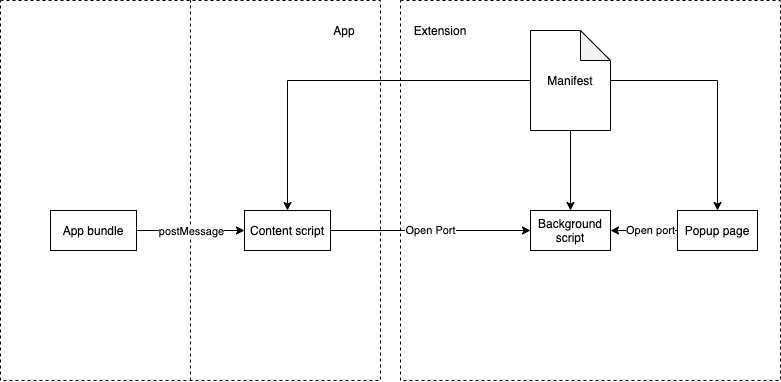
Before: docs/extension-communication.png, a diagram exported from draw.io (dxos/dxos). Source tidied: cells renumbered, new cells last; positions are measured from the earlier drawing's top-left corner, leaving out a move shared by most shapes. The source it was exported from:
```xml
<mxGraphModel>
  <root>
    <mxCell id="0" />
    <mxCell id="1" parent="0" />
    <mxCell id="2" style="rounded=0;whiteSpace=wrap;html=1;fillColor=none;dashed=1;" parent="1" vertex="1">
      <mxGeometry width="380" height="380" as="geometry" />
    </mxCell>
    <mxCell id="3" value="App" style="text;html=1;strokeColor=none;fillColor=none;align=center;verticalAlign=middle;whiteSpace=wrap;rounded=0;dashed=1;" parent="1" vertex="1">
      <mxGeometry x="324" y="20" width="40" height="20" as="geometry" />
    </mxCell>
    <mxCell id="4" style="rounded=0;whiteSpace=wrap;html=1;fillColor=none;dashed=1;" parent="1" vertex="1">
      <mxGeometry x="400" width="380" height="380" as="geometry" />
    </mxCell>
    <mxCell id="5" value="Extension" style="text;html=1;strokeColor=none;fillColor=none;align=center;verticalAlign=middle;whiteSpace=wrap;rounded=0;dashed=1;" parent="1" vertex="1">
      <mxGeometry x="420" y="20" width="40" height="20" as="geometry" />
    </mxCell>
    <mxCell id="6" style="edgeStyle=orthogonalEdgeStyle;rounded=0;jettySize=auto;html=1;" parent="1" edge="1" source="9" target="10">
      <mxGeometry relative="1" as="geometry" />
    </mxCell>
    <mxCell id="7" style="edgeStyle=orthogonalEdgeStyle;rounded=0;jettySize=auto;html=1;" parent="1" edge="1" source="9" target="12">
      <mxGeometry relative="1" as="geometry" />
    </mxCell>
    <mxCell id="8" style="edgeStyle=orthogonalEdgeStyle;rounded=0;jettySize=auto;html=1;" parent="1" edge="1" source="9" target="18">
      <mxGeometry relative="1" as="geometry" />
    </mxCell>
    <mxCell id="9" value="Manifest" style="shape=note;whiteSpace=wrap;html=1;backgroundOutline=1;darkOpacity=0.05;" parent="1" vertex="1">
      <mxGeometry x="530" y="30" width="80" height="100" as="geometry" />
    </mxCell>
    <mxCell id="10" value="Background script" style="whiteSpace=wrap;html=1;" parent="1" vertex="1">
      <mxGeometry x="530" y="210" width="80" height="40" as="geometry" />
    </mxCell>
    <mxCell id="11" value="Open Port" style="edgeStyle=orthogonalEdgeStyle;rounded=0;jettySize=auto;html=1;exitX=1;exitY=0.5;exitDx=0;exitDy=0;" parent="1" edge="1" source="12" target="10">
      <mxGeometry relative="1" as="geometry" />
    </mxCell>
    <mxCell id="12" value="Content script" style="whiteSpace=wrap;html=1;" parent="1" vertex="1">
      <mxGeometry x="244" y="210" width="86" height="40" as="geometry" />
    </mxCell>
    <mxCell id="13" style="endArrow=none;dashed=1;html=1;entryX=0.5;entryY=0;entryDx=0;entryDy=0;exitX=0.5;exitY=1;exitDx=0;exitDy=0;" parent="1" edge="1" source="2" target="2">
      <mxGeometry relative="1" as="geometry" />
    </mxCell>
    <mxCell id="14" style="edgeStyle=orthogonalEdgeStyle;rounded=0;jettySize=auto;html=1;exitX=1;exitY=0.5;exitDx=0;exitDy=0;entryX=0;entryY=0.5;entryDx=0;entryDy=0;" parent="1" edge="1" source="16" target="12">
      <mxGeometry relative="1" as="geometry" />
    </mxCell>
    <mxCell id="15" value="postMessage" style="edgeLabel;html=1;align=center;verticalAlign=middle;" parent="14" vertex="1">
      <mxGeometry x="-0.19" y="-2" relative="1" as="geometry">
        <mxPoint x="10" y="-2" as="offset" />
      </mxGeometry>
    </mxCell>
    <mxCell id="16" value="App bundle" style="whiteSpace=wrap;html=1;" parent="1" vertex="1">
      <mxGeometry x="50" y="210" width="86" height="40" as="geometry" />
    </mxCell>
    <mxCell id="17" value="Open port" style="edgeStyle=orthogonalEdgeStyle;rounded=0;jettySize=auto;html=1;exitX=0;exitY=0.5;exitDx=0;exitDy=0;entryX=1;entryY=0.5;entryDx=0;entryDy=0;" parent="1" edge="1" source="18" target="10">
      <mxGeometry x="-0.19" relative="1" as="geometry" />
    </mxCell>
    <mxCell id="18" value="Popup page" style="whiteSpace=wrap;html=1;" parent="1" vertex="1">
      <mxGeometry x="677" y="210" width="80" height="40" as="geometry" />
    </mxCell>
  </root>
</mxGraphModel>
```
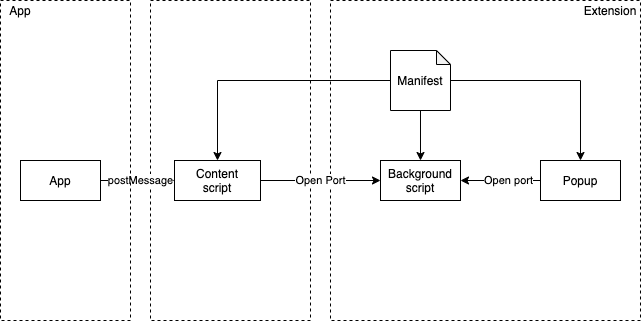
After the commit.

Change to the diagram source:
```diff
@@ -3,16 +3,16 @@
     <mxCell id="0" />
     <mxCell id="1" parent="0" />
     <mxCell id="2" style="rounded=0;whiteSpace=wrap;html=1;fillColor=none;dashed=1;" parent="1" vertex="1">
-      <mxGeometry width="380" height="380" as="geometry" />
+      <mxGeometry x="160" y="-110" width="160" height="320" as="geometry" />
     </mxCell>
     <mxCell id="3" value="App" style="text;html=1;strokeColor=none;fillColor=none;align=center;verticalAlign=middle;whiteSpace=wrap;rounded=0;dashed=1;" parent="1" vertex="1">
-      <mxGeometry x="324" y="20" width="40" height="20" as="geometry" />
+      <mxGeometry x="10" y="-110" width="40" height="20" as="geometry" />
     </mxCell>
     <mxCell id="4" style="rounded=0;whiteSpace=wrap;html=1;fillColor=none;dashed=1;" parent="1" vertex="1">
-      <mxGeometry x="400" width="380" height="380" as="geometry" />
+      <mxGeometry x="340" y="-110" width="310" height="320" as="geometry" />
     </mxCell>
     <mxCell id="5" value="Extension" style="text;html=1;strokeColor=none;fillColor=none;align=center;verticalAlign=middle;whiteSpace=wrap;rounded=0;dashed=1;" parent="1" vertex="1">
-      <mxGeometry x="420" y="20" width="40" height="20" as="geometry" />
+      <mxGeometry x="600" y="-110" width="40" height="20" as="geometry" />
     </mxCell>
     <mxCell id="6" style="edgeStyle=orthogonalEdgeStyle;rounded=0;jettySize=auto;html=1;" parent="1" edge="1" source="9" target="10">
       <mxGeometry relative="1" as="geometry" />
@@ -23,21 +23,18 @@
     <mxCell id="8" style="edgeStyle=orthogonalEdgeStyle;rounded=0;jettySize=auto;html=1;" parent="1" edge="1" source="9" target="18">
       <mxGeometry relative="1" as="geometry" />
     </mxCell>
-    <mxCell id="9" value="Manifest" style="shape=note;whiteSpace=wrap;html=1;backgroundOutline=1;darkOpacity=0.05;" parent="1" vertex="1">
-      <mxGeometry x="530" y="30" width="80" height="100" as="geometry" />
+    <mxCell id="9" value="Manifest" style="shape=note;whiteSpace=wrap;html=1;backgroundOutline=1;darkOpacity=0.05;size=14;" parent="1" vertex="1">
+      <mxGeometry x="400" y="-60" width="60" height="60" as="geometry" />
     </mxCell>
     <mxCell id="10" value="Background script" style="whiteSpace=wrap;html=1;" parent="1" vertex="1">
-      <mxGeometry x="530" y="210" width="80" height="40" as="geometry" />
+      <mxGeometry x="390" y="50" width="80" height="40" as="geometry" />
     </mxCell>
     <mxCell id="11" value="Open Port" style="edgeStyle=orthogonalEdgeStyle;rounded=0;jettySize=auto;html=1;exitX=1;exitY=0.5;exitDx=0;exitDy=0;" parent="1" edge="1" source="12" target="10">
       <mxGeometry relative="1" as="geometry" />
     </mxCell>
-    <mxCell id="12" value="Content script" style="whiteSpace=wrap;html=1;" parent="1" vertex="1">
-      <mxGeometry x="244" y="210" width="86" height="40" as="geometry" />
+    <mxCell id="12" value="Content&lt;br&gt;script" style="whiteSpace=wrap;html=1;" parent="1" vertex="1">
+      <mxGeometry x="184" y="50" width="86" height="40" as="geometry" />
     </mxCell>
-    <mxCell id="13" style="endArrow=none;dashed=1;html=1;entryX=0.5;entryY=0;entryDx=0;entryDy=0;exitX=0.5;exitY=1;exitDx=0;exitDy=0;" parent="1" edge="1" source="2" target="2">
-      <mxGeometry relative="1" as="geometry" />
-    </mxCell>
     <mxCell id="14" style="edgeStyle=orthogonalEdgeStyle;rounded=0;jettySize=auto;html=1;exitX=1;exitY=0.5;exitDx=0;exitDy=0;entryX=0;entryY=0.5;entryDx=0;entryDy=0;" parent="1" edge="1" source="16" target="12">
       <mxGeometry relative="1" as="geometry" />
     </mxCell>
@@ -46,14 +43,20 @@
         <mxPoint x="10" y="-2" as="offset" />
       </mxGeometry>
     </mxCell>
-    <mxCell id="16" value="App bundle" style="whiteSpace=wrap;html=1;" parent="1" vertex="1">
-      <mxGeometry x="50" y="210" width="86" height="40" as="geometry" />
+    <mxCell id="16" value="App" style="whiteSpace=wrap;html=1;" parent="1" vertex="1">
+      <mxGeometry x="30" y="50" width="80" height="40" as="geometry" />
     </mxCell>
     <mxCell id="17" value="Open port" style="edgeStyle=orthogonalEdgeStyle;rounded=0;jettySize=auto;html=1;exitX=0;exitY=0.5;exitDx=0;exitDy=0;entryX=1;entryY=0.5;entryDx=0;entryDy=0;" parent="1" edge="1" source="18" target="10">
       <mxGeometry x="-0.19" relative="1" as="geometry" />
     </mxCell>
-    <mxCell id="18" value="Popup page" style="whiteSpace=wrap;html=1;" parent="1" vertex="1">
-      <mxGeometry x="677" y="210" width="80" height="40" as="geometry" />
+    <mxCell id="18" value="Popup" style="whiteSpace=wrap;html=1;" parent="1" vertex="1">
+      <mxGeometry x="550" y="50" width="80" height="40" as="geometry" />
     </mxCell>
+    <mxCell id="13" style="edgeStyle=orthogonalEdgeStyle;rounded=0;orthogonalLoop=1;jettySize=auto;html=1;exitX=0.5;exitY=1;exitDx=0;exitDy=0;" parent="1" edge="1" source="2" target="2">
+      <mxGeometry relative="1" as="geometry" />
+    </mxCell>
+    <mxCell id="19" style="rounded=0;whiteSpace=wrap;html=1;fillColor=none;dashed=1;" parent="1" vertex="1">
+      <mxGeometry x="10" y="-110" width="130" height="320" as="geometry" />
+    </mxCell>
   </root>
 </mxGraphModel>
```
